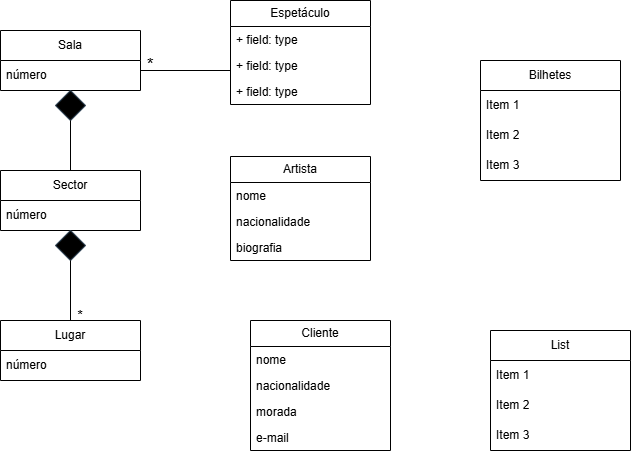
This is UML1.drawio.png from leorsd/ESOF_UML, a draw.io export, as it was before one commit. Source tidied: cells renumbered, new cells last; positions are measured from the earlier drawing's top-left corner, leaving out a move shared by most shapes.
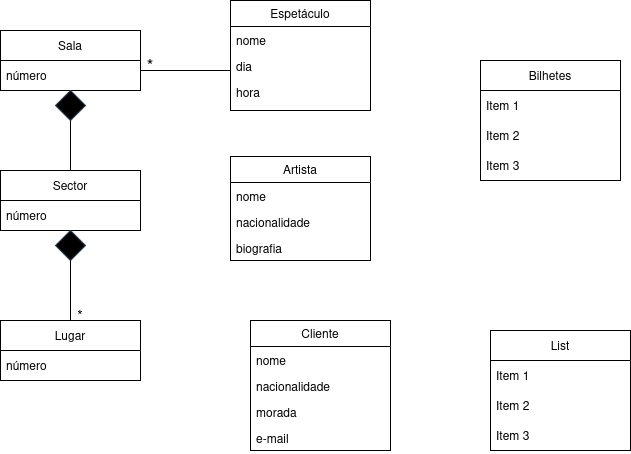
Above is the later version.

Diff of the diagram source:
```diff
@@ -55,16 +55,16 @@
       <mxGeometry x="50" y="300" width="60" height="30" as="geometry" />
     </mxCell>
     <mxCell id="18" value="Espetáculo" style="swimlane;fontStyle=0;horizontal=1;startSize=26;fillColor=none;whiteSpace=wrap;html=1;" parent="1" vertex="1">
-      <mxGeometry x="230" width="140" height="104" as="geometry" />
+      <mxGeometry x="230" width="140" height="110" as="geometry" />
     </mxCell>
-    <mxCell id="19" value="+ field: type" style="text;strokeColor=none;fillColor=none;align=left;verticalAlign=top;spacingLeft=4;spacingRight=4;overflow=hidden;whiteSpace=wrap;html=1;" parent="18" vertex="1">
+    <mxCell id="19" value="nome" style="text;strokeColor=none;fillColor=none;align=left;verticalAlign=top;spacingLeft=4;spacingRight=4;overflow=hidden;whiteSpace=wrap;html=1;" parent="18" vertex="1">
       <mxGeometry y="26" width="140" height="26" as="geometry" />
     </mxCell>
-    <mxCell id="20" value="+ field: type" style="text;strokeColor=none;fillColor=none;align=left;verticalAlign=top;spacingLeft=4;spacingRight=4;overflow=hidden;whiteSpace=wrap;html=1;" parent="18" vertex="1">
+    <mxCell id="20" value="dia" style="text;strokeColor=none;fillColor=none;align=left;verticalAlign=top;spacingLeft=4;spacingRight=4;overflow=hidden;whiteSpace=wrap;html=1;" parent="18" vertex="1">
       <mxGeometry y="52" width="140" height="26" as="geometry" />
     </mxCell>
-    <mxCell id="21" value="+ field: type" style="text;strokeColor=none;fillColor=none;align=left;verticalAlign=top;spacingLeft=4;spacingRight=4;overflow=hidden;whiteSpace=wrap;html=1;" parent="18" vertex="1">
-      <mxGeometry y="78" width="140" height="26" as="geometry" />
+    <mxCell id="21" value="&lt;div&gt;hora&lt;/div&gt;" style="text;strokeColor=none;fillColor=none;align=left;verticalAlign=top;spacingLeft=4;spacingRight=4;overflow=hidden;whiteSpace=wrap;html=1;" parent="18" vertex="1">
+      <mxGeometry y="78" width="140" height="32" as="geometry" />
     </mxCell>
     <mxCell id="22" value="Cliente" style="swimlane;fontStyle=0;horizontal=1;startSize=26;fillColor=none;whiteSpace=wrap;html=1;" parent="1" vertex="1">
       <mxGeometry x="250" y="320" width="140" height="130" as="geometry" />
```
